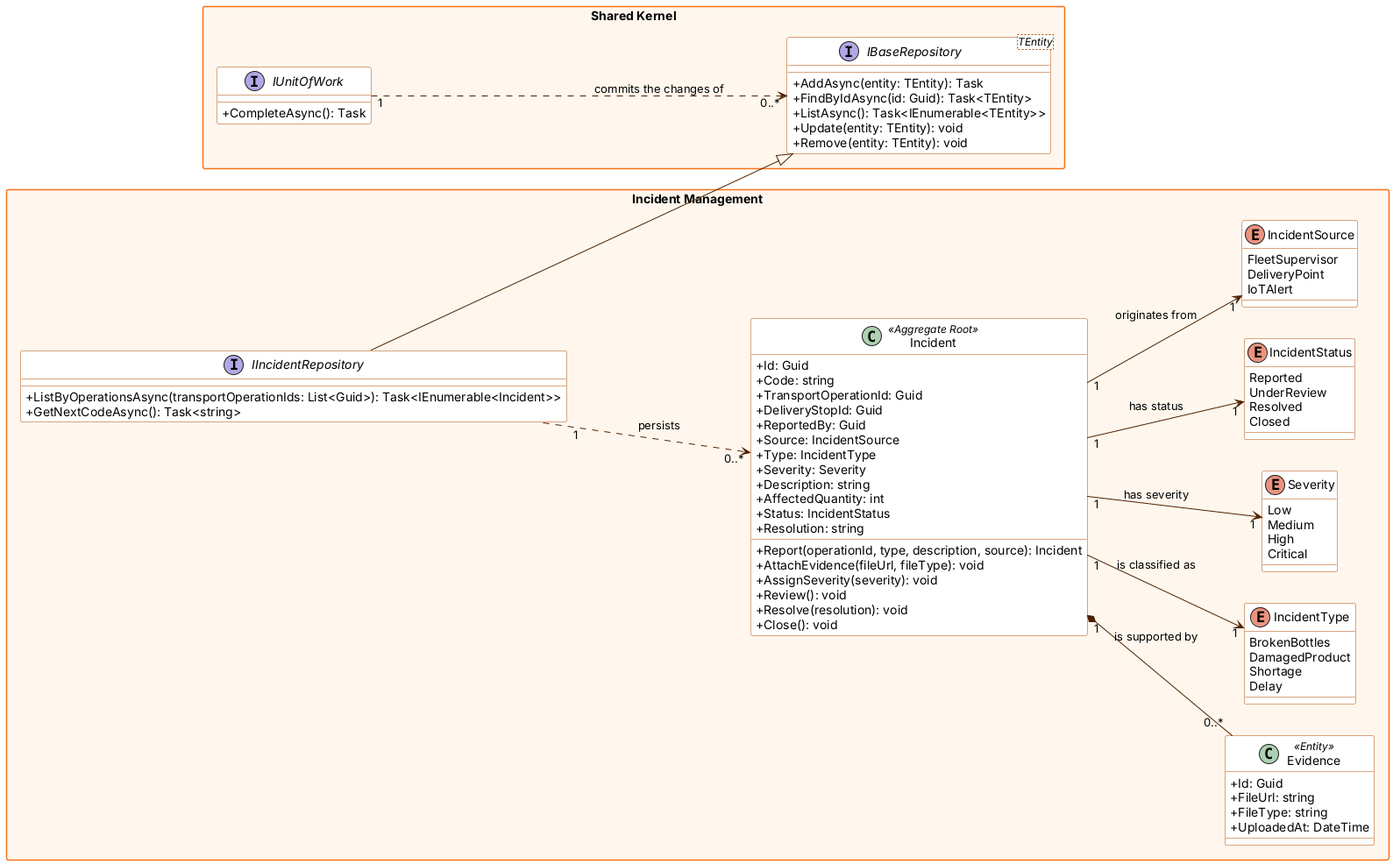
Earlier version of the PlantUML export img/Software-Object-Oriented-Design/backend-class-incident-management.png (1ASI0730-2620-8084-CodeCrafters/bottle-track-report). Source of this version:
```plantuml
@startuml
skinparam classAttributeIconSize 0
skinparam packageStyle rectangle
skinparam shadowing false
skinparam defaultFontName Arial
skinparam class {
  BackgroundColor #ffffff
  BorderColor #b34900
  ArrowColor #4f2000
}
skinparam package {
  BackgroundColor #fff7ed
  BorderColor #f97316
}
left to right direction

package "Shared Kernel" {
  interface "IBaseRepository<TEntity>" as IBaseRepository {
    + AddAsync(entity: TEntity): Task
    + FindByIdAsync(id: Guid): Task<TEntity>
    + ListAsync(): Task<IEnumerable<TEntity>>
    + Update(entity: TEntity): void
    + Remove(entity: TEntity): void
  }
  interface IUnitOfWork {
    + CompleteAsync(): Task
  }
  IUnitOfWork "1" ..> "0..*" IBaseRepository : commits the changes of
}
package "Incident Management" {
  class Incident <<Aggregate Root>> {
    + Id: Guid
    + Code: string
    + TransportOperationId: Guid
    + DeliveryStopId: Guid
    + ReportedBy: Guid
    + Source: IncidentSource
    + Type: IncidentType
    + Severity: Severity
    + Description: string
    + AffectedQuantity: int
    + Status: IncidentStatus
    + Resolution: string
    + Report(operationId, type, description, source): Incident
    + AttachEvidence(fileUrl, fileType): void
    + AssignSeverity(severity): void
    + Review(): void
    + Resolve(resolution): void
    + Close(): void
  }
  class Evidence <<Entity>> {
    + Id: Guid
    + FileUrl: string
    + FileType: string
    + UploadedAt: DateTime
  }
  enum IncidentType {
    BrokenBottles
    DamagedProduct
    Shortage
    Delay
  }
  enum Severity {
    Low
    Medium
    High
    Critical
  }
  enum IncidentStatus {
    Reported
    UnderReview
    Resolved
    Closed
  }
  enum IncidentSource {
    FleetSupervisor
    DeliveryPoint
    IoTAlert
  }
  interface IIncidentRepository {
    + ListByOperationsAsync(transportOperationIds: List<Guid>): Task<IEnumerable<Incident>>
    + GetNextCodeAsync(): Task<string>
  }
  Incident "1" *-- "0..*" Evidence : is supported by
  Incident "1" --> "1" IncidentType : is classified as
  Incident "1" --> "1" Severity : has severity
  Incident "1" --> "1" IncidentStatus : has status
  Incident "1" --> "1" IncidentSource : originates from
  IIncidentRepository --|> IBaseRepository
  IIncidentRepository "1" ..> "0..*" Incident : persists
}
@enduml
```
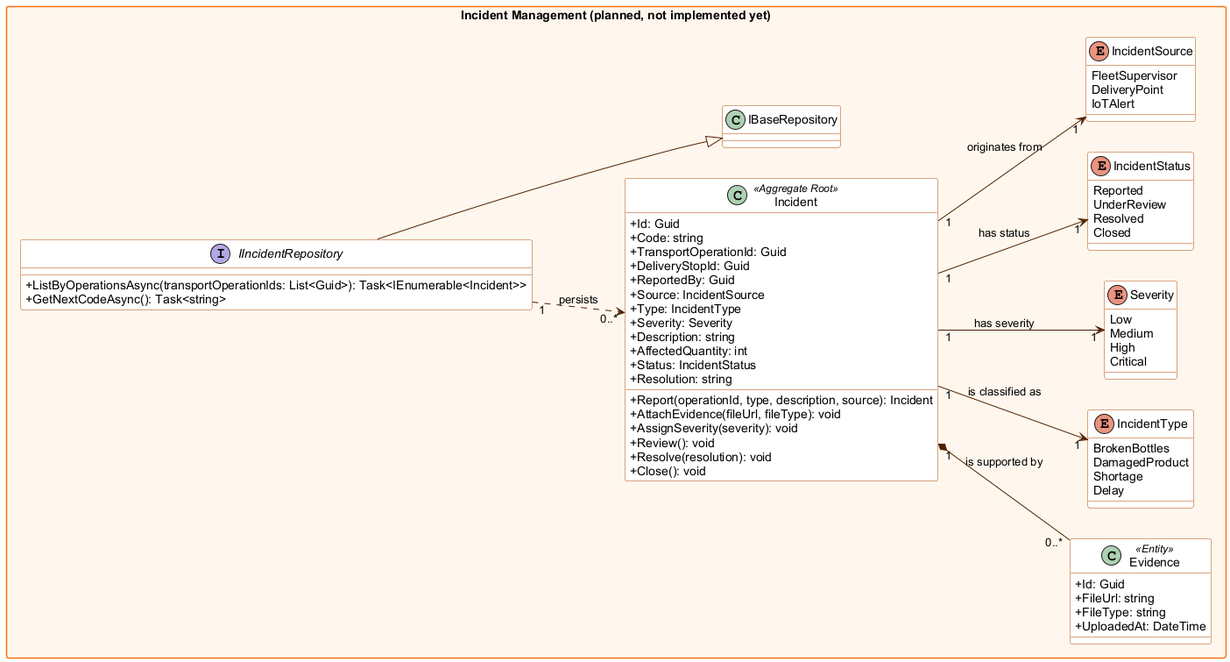
The same file after the commit.

Commit message:
docs(class-diagram): mark incident management backend classes as planned

The edit, as a diff of the source:
```diff
@@ -1,4 +1,4 @@
-@startuml
+@startuml backend-class-incident-management
 skinparam classAttributeIconSize 0
 skinparam packageStyle rectangle
 skinparam shadowing false
@@ -14,20 +14,7 @@
 }
 left to right direction
 
-package "Shared Kernel" {
-  interface "IBaseRepository<TEntity>" as IBaseRepository {
-    + AddAsync(entity: TEntity): Task
-    + FindByIdAsync(id: Guid): Task<TEntity>
-    + ListAsync(): Task<IEnumerable<TEntity>>
-    + Update(entity: TEntity): void
-    + Remove(entity: TEntity): void
-  }
-  interface IUnitOfWork {
-    + CompleteAsync(): Task
-  }
-  IUnitOfWork "1" ..> "0..*" IBaseRepository : commits the changes of
-}
-package "Incident Management" {
+package "Incident Management (planned, not implemented yet)" {
   class Incident <<Aggregate Root>> {
     + Id: Guid
     + Code: string
```
